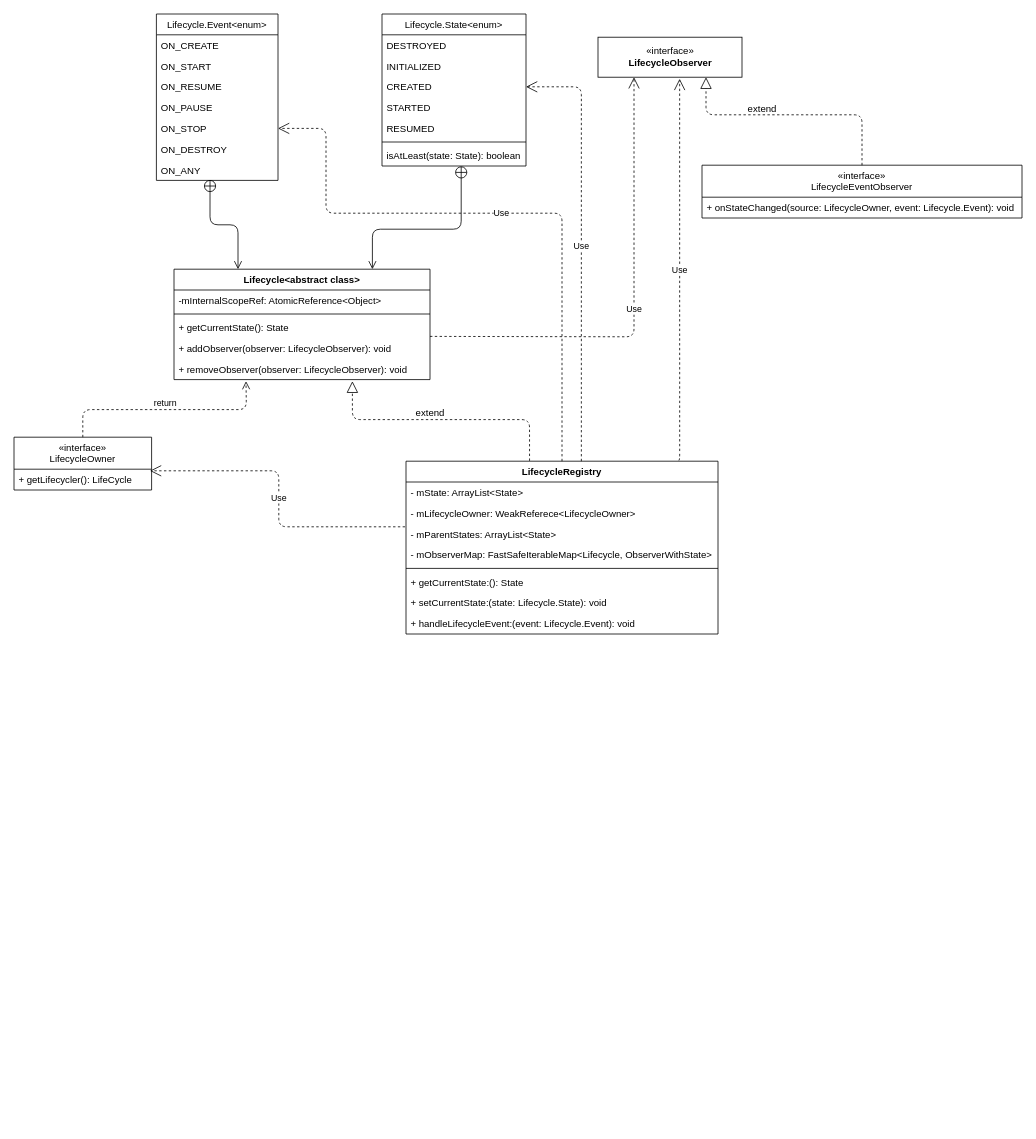
The draw.io diagram LIfecycle.drawio in Eanam/PointlessDiagram, before the edit. Source tidied: cells renumbered, new cells numbered last; positions are measured from the earlier drawing's top-left corner, leaving out a move shared by most shapes. Both pictures are drawn from the tidied source at 80%, with x=0, y=0 at pixel (14, 14).
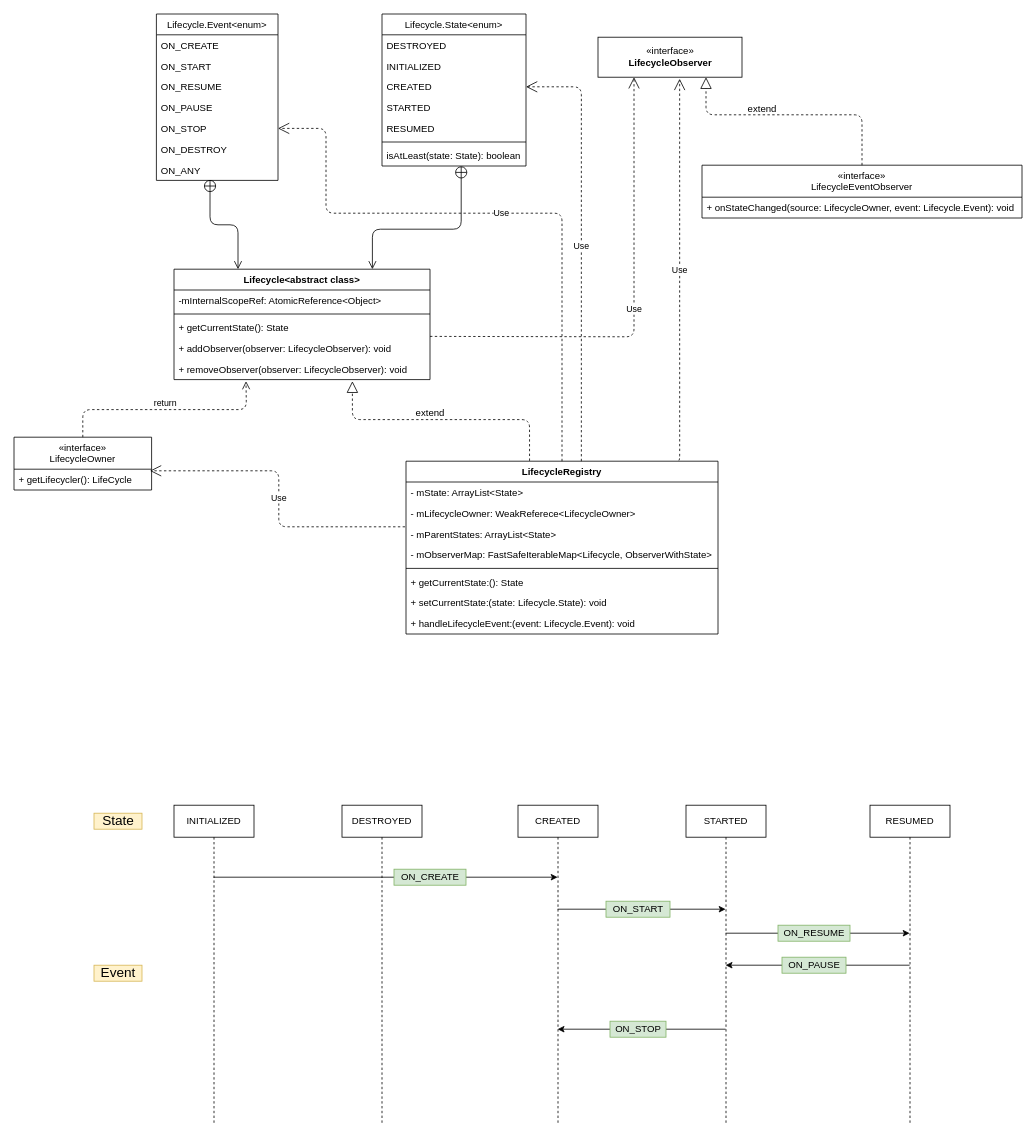
Above is the later version.

Diff of the diagram source:
```diff
@@
+    <mxCell id="50" value="INITIALIZED" style="shape=umlLifeline;perimeter=lifelinePerimeter;whiteSpace=wrap;html=1;outlineConnect=0;" parent="1" vertex="1">
+      <mxGeometry x="200" y="989" width="100" height="400" as="geometry" />
+    </mxCell>
+    <mxCell id="51" value="DESTROYED" style="shape=umlLifeline;perimeter=lifelinePerimeter;whiteSpace=wrap;html=1;" parent="1" vertex="1">
+      <mxGeometry x="410" y="989" width="100" height="400" as="geometry" />
+    </mxCell>
+    <mxCell id="52" value="CREATED" style="shape=umlLifeline;perimeter=lifelinePerimeter;whiteSpace=wrap;html=1;outlineConnect=0;" parent="1" vertex="1">
+      <mxGeometry x="630" y="989" width="100" height="400" as="geometry" />
+    </mxCell>
+    <mxCell id="53" value="STARTED" style="shape=umlLifeline;perimeter=lifelinePerimeter;whiteSpace=wrap;html=1;outlineConnect=0;" parent="1" vertex="1">
+      <mxGeometry x="840" y="989" width="100" height="400" as="geometry" />
+    </mxCell>
+    <mxCell id="54" value="RESUMED" style="shape=umlLifeline;perimeter=lifelinePerimeter;whiteSpace=wrap;html=1;outlineConnect=0;" parent="1" vertex="1">
+      <mxGeometry x="1070" y="989" width="100" height="400" as="geometry" />
+    </mxCell>
+    <mxCell id="55" value="&lt;font style=&quot;font-size: 17px&quot;&gt;State&lt;/font&gt;" style="text;html=1;align=center;verticalAlign=middle;strokeColor=#d6b656;fillColor=#fff2cc;" parent="1" vertex="1">
+      <mxGeometry x="100" y="999" width="60" height="20" as="geometry" />
+    </mxCell>
+    <mxCell id="56" value="&lt;font style=&quot;font-size: 17px&quot;&gt;Event&lt;/font&gt;" style="text;html=1;align=center;verticalAlign=middle;strokeColor=#d6b656;fillColor=#fff2cc;" parent="1" vertex="1">
+      <mxGeometry x="100" y="1189" width="60" height="20" as="geometry" />
+    </mxCell>
+    <mxCell id="57" style="endArrow=classic;html=1;" parent="1" edge="1" source="50" target="52">
+      <mxGeometry relative="1" as="geometry">
+        <Array as="points">
+          <mxPoint x="540" y="1079" />
+        </Array>
+      </mxGeometry>
+    </mxCell>
+    <mxCell id="58" value="ON_CREATE" style="text;html=1;align=center;verticalAlign=middle;strokeColor=#82b366;fillColor=#d5e8d4;" parent="1" vertex="1">
+      <mxGeometry x="475" y="1069" width="90" height="20" as="geometry" />
+    </mxCell>
+    <mxCell id="59" style="endArrow=classic;html=1;" parent="1" edge="1" source="52" target="53">
+      <mxGeometry relative="1" as="geometry">
+        <Array as="points">
+          <mxPoint x="820" y="1119" />
+        </Array>
+      </mxGeometry>
+    </mxCell>
+    <mxCell id="60" value="ON_START" style="text;html=1;align=center;verticalAlign=middle;strokeColor=#82b366;fillColor=#d5e8d4;" parent="1" vertex="1">
+      <mxGeometry x="740" y="1109" width="80" height="20" as="geometry" />
+    </mxCell>
+    <mxCell id="61" style="endArrow=classic;html=1;" parent="1" edge="1" source="53" target="54">
+      <mxGeometry relative="1" as="geometry">
+        <Array as="points">
+          <mxPoint x="1060" y="1149" />
+        </Array>
+      </mxGeometry>
+    </mxCell>
+    <mxCell id="62" value="ON_RESUME" style="text;html=1;align=center;verticalAlign=middle;strokeColor=#82b366;fillColor=#d5e8d4;" parent="1" vertex="1">
+      <mxGeometry x="955" y="1139" width="90" height="20" as="geometry" />
+    </mxCell>
+    <mxCell id="63" style="endArrow=classic;html=1;" parent="1" edge="1" source="54" target="53">
+      <mxGeometry relative="1" as="geometry" />
+    </mxCell>
+    <mxCell id="64" value="ON_PAUSE" style="text;html=1;align=center;verticalAlign=middle;strokeColor=#82b366;fillColor=#d5e8d4;" parent="1" vertex="1">
+      <mxGeometry x="960" y="1179" width="80" height="20" as="geometry" />
+    </mxCell>
+    <mxCell id="65" style="endArrow=classic;html=1;" parent="1" edge="1" source="53" target="52">
+      <mxGeometry relative="1" as="geometry">
+        <Array as="points">
+          <mxPoint x="820" y="1269" />
+        </Array>
+      </mxGeometry>
+    </mxCell>
+    <mxCell id="66" value="ON_STOP" style="text;html=1;align=center;verticalAlign=middle;strokeColor=#82b366;fillColor=#d5e8d4;" parent="1" vertex="1">
+      <mxGeometry x="745" y="1259" width="70" height="20" as="geometry" />
+    </mxCell>
```
